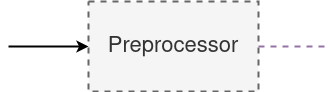
Above: src/images/pragmas.png in Fmrhj/gatsby-portfolio (draw.io), before the change. Source tidied: cells renumbered, new cells last; positions are measured from the earlier drawing's top-left corner, leaving out a move shared by most shapes.
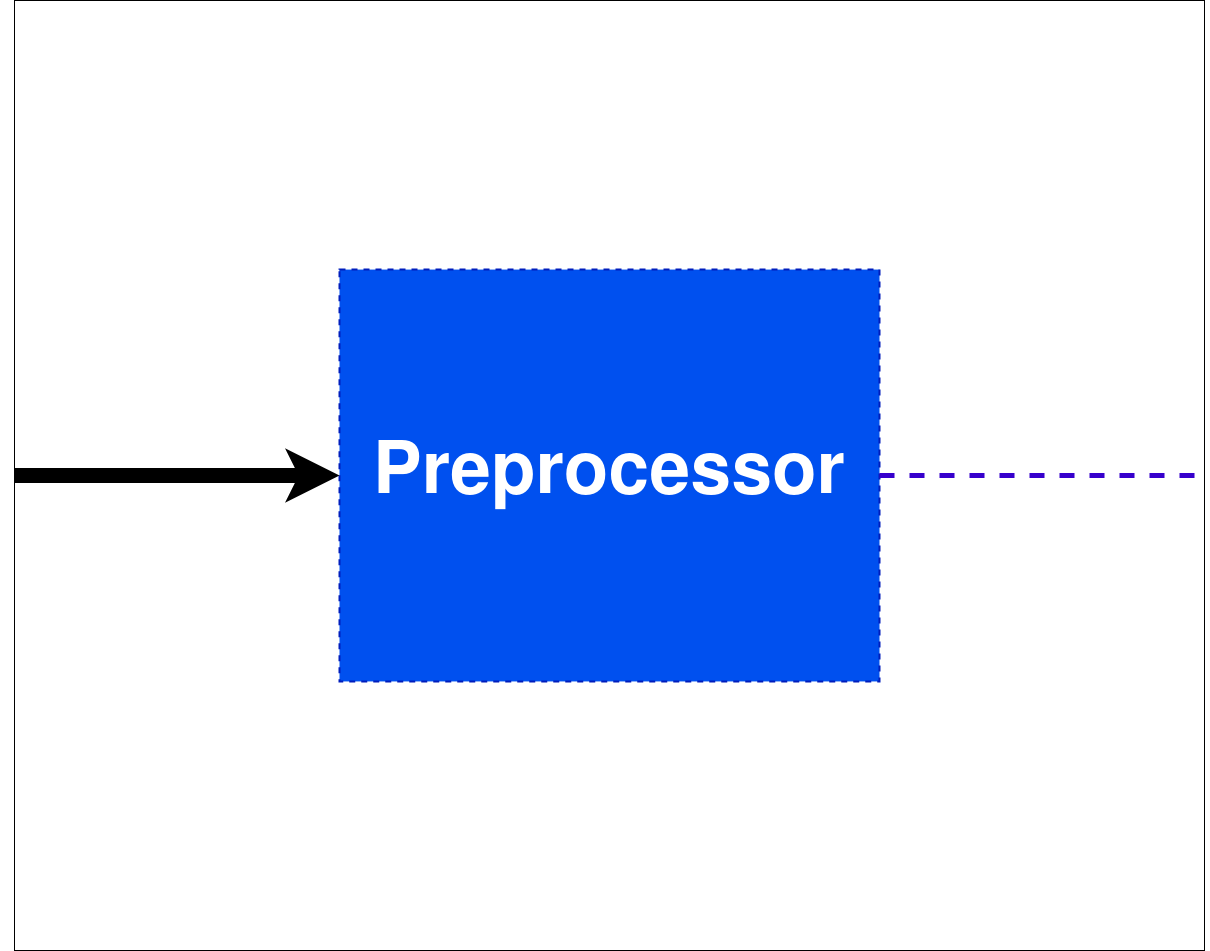
The same diagram one commit later.

The edit, as a diff of the source:
```diff
@@ -2,18 +2,17 @@
   <root>
     <mxCell id="0" />
     <mxCell id="1" parent="0" />
+    <mxCell id="5" style="rounded=0;whiteSpace=wrap;html=1;" parent="1" vertex="1">
+      <mxGeometry x="-245" y="-269.1" width="1190" height="950" as="geometry" />
+    </mxCell>
-    <mxCell id="2" value="&lt;font style=&quot;font-size: 22px&quot;&gt;Preprocessor&lt;/font&gt;" style="rounded=0;whiteSpace=wrap;html=1;dashed=1;fillColor=#f5f5f5;strokeColor=#666666;fontColor=#333333;strokeWidth=2;" parent="1" vertex="1">
-      <mxGeometry x="80" width="170" height="90" as="geometry" />
+    <mxCell id="2" value="&lt;h2 style=&quot;font-size: 73px&quot;&gt;&lt;font style=&quot;font-size: 73px&quot; face=&quot;Helvetica&quot;&gt;Preprocessor&lt;/font&gt;&lt;/h2&gt;" style="rounded=0;whiteSpace=wrap;html=1;dashed=1;strokeWidth=2;fillColor=#0050ef;strokeColor=#001DBC;fontColor=#ffffff;" parent="1" vertex="1">
+      <mxGeometry x="80" width="540" height="411.9" as="geometry" />
     </mxCell>
-    <mxCell id="3" style="endArrow=none;html=1;exitX=1;exitY=0.5;exitDx=0;exitDy=0;dashed=1;endFill=0;fillColor=#e1d5e7;strokeColor=#9673a6;strokeWidth=2;" parent="1" edge="1" source="2">
-      <mxGeometry relative="1" as="geometry">
-        <mxPoint x="320" y="45" as="targetPoint" />
-      </mxGeometry>
+    <mxCell id="3" style="endArrow=none;html=1;exitX=1;exitY=0.5;exitDx=0;exitDy=0;dashed=1;endFill=0;fillColor=#6a00ff;strokeColor=#3700CC;strokeWidth=5;" parent="1" edge="1" source="2" target="5">
+      <mxGeometry relative="1" as="geometry" />
     </mxCell>
-    <mxCell id="4" style="endArrow=classic;html=1;entryX=0;entryY=0.5;entryDx=0;entryDy=0;strokeWidth=2;" parent="1" edge="1" target="2">
-      <mxGeometry relative="1" as="geometry">
-        <mxPoint y="45" as="sourcePoint" />
-      </mxGeometry>
+    <mxCell id="4" style="endArrow=classic;html=1;entryX=0;entryY=0.5;entryDx=0;entryDy=0;strokeWidth=15;exitX=0;exitY=0.5;exitDx=0;exitDy=0;" parent="1" edge="1" source="5" target="2">
+      <mxGeometry relative="1" as="geometry" />
     </mxCell>
   </root>
 </mxGraphModel>
```
